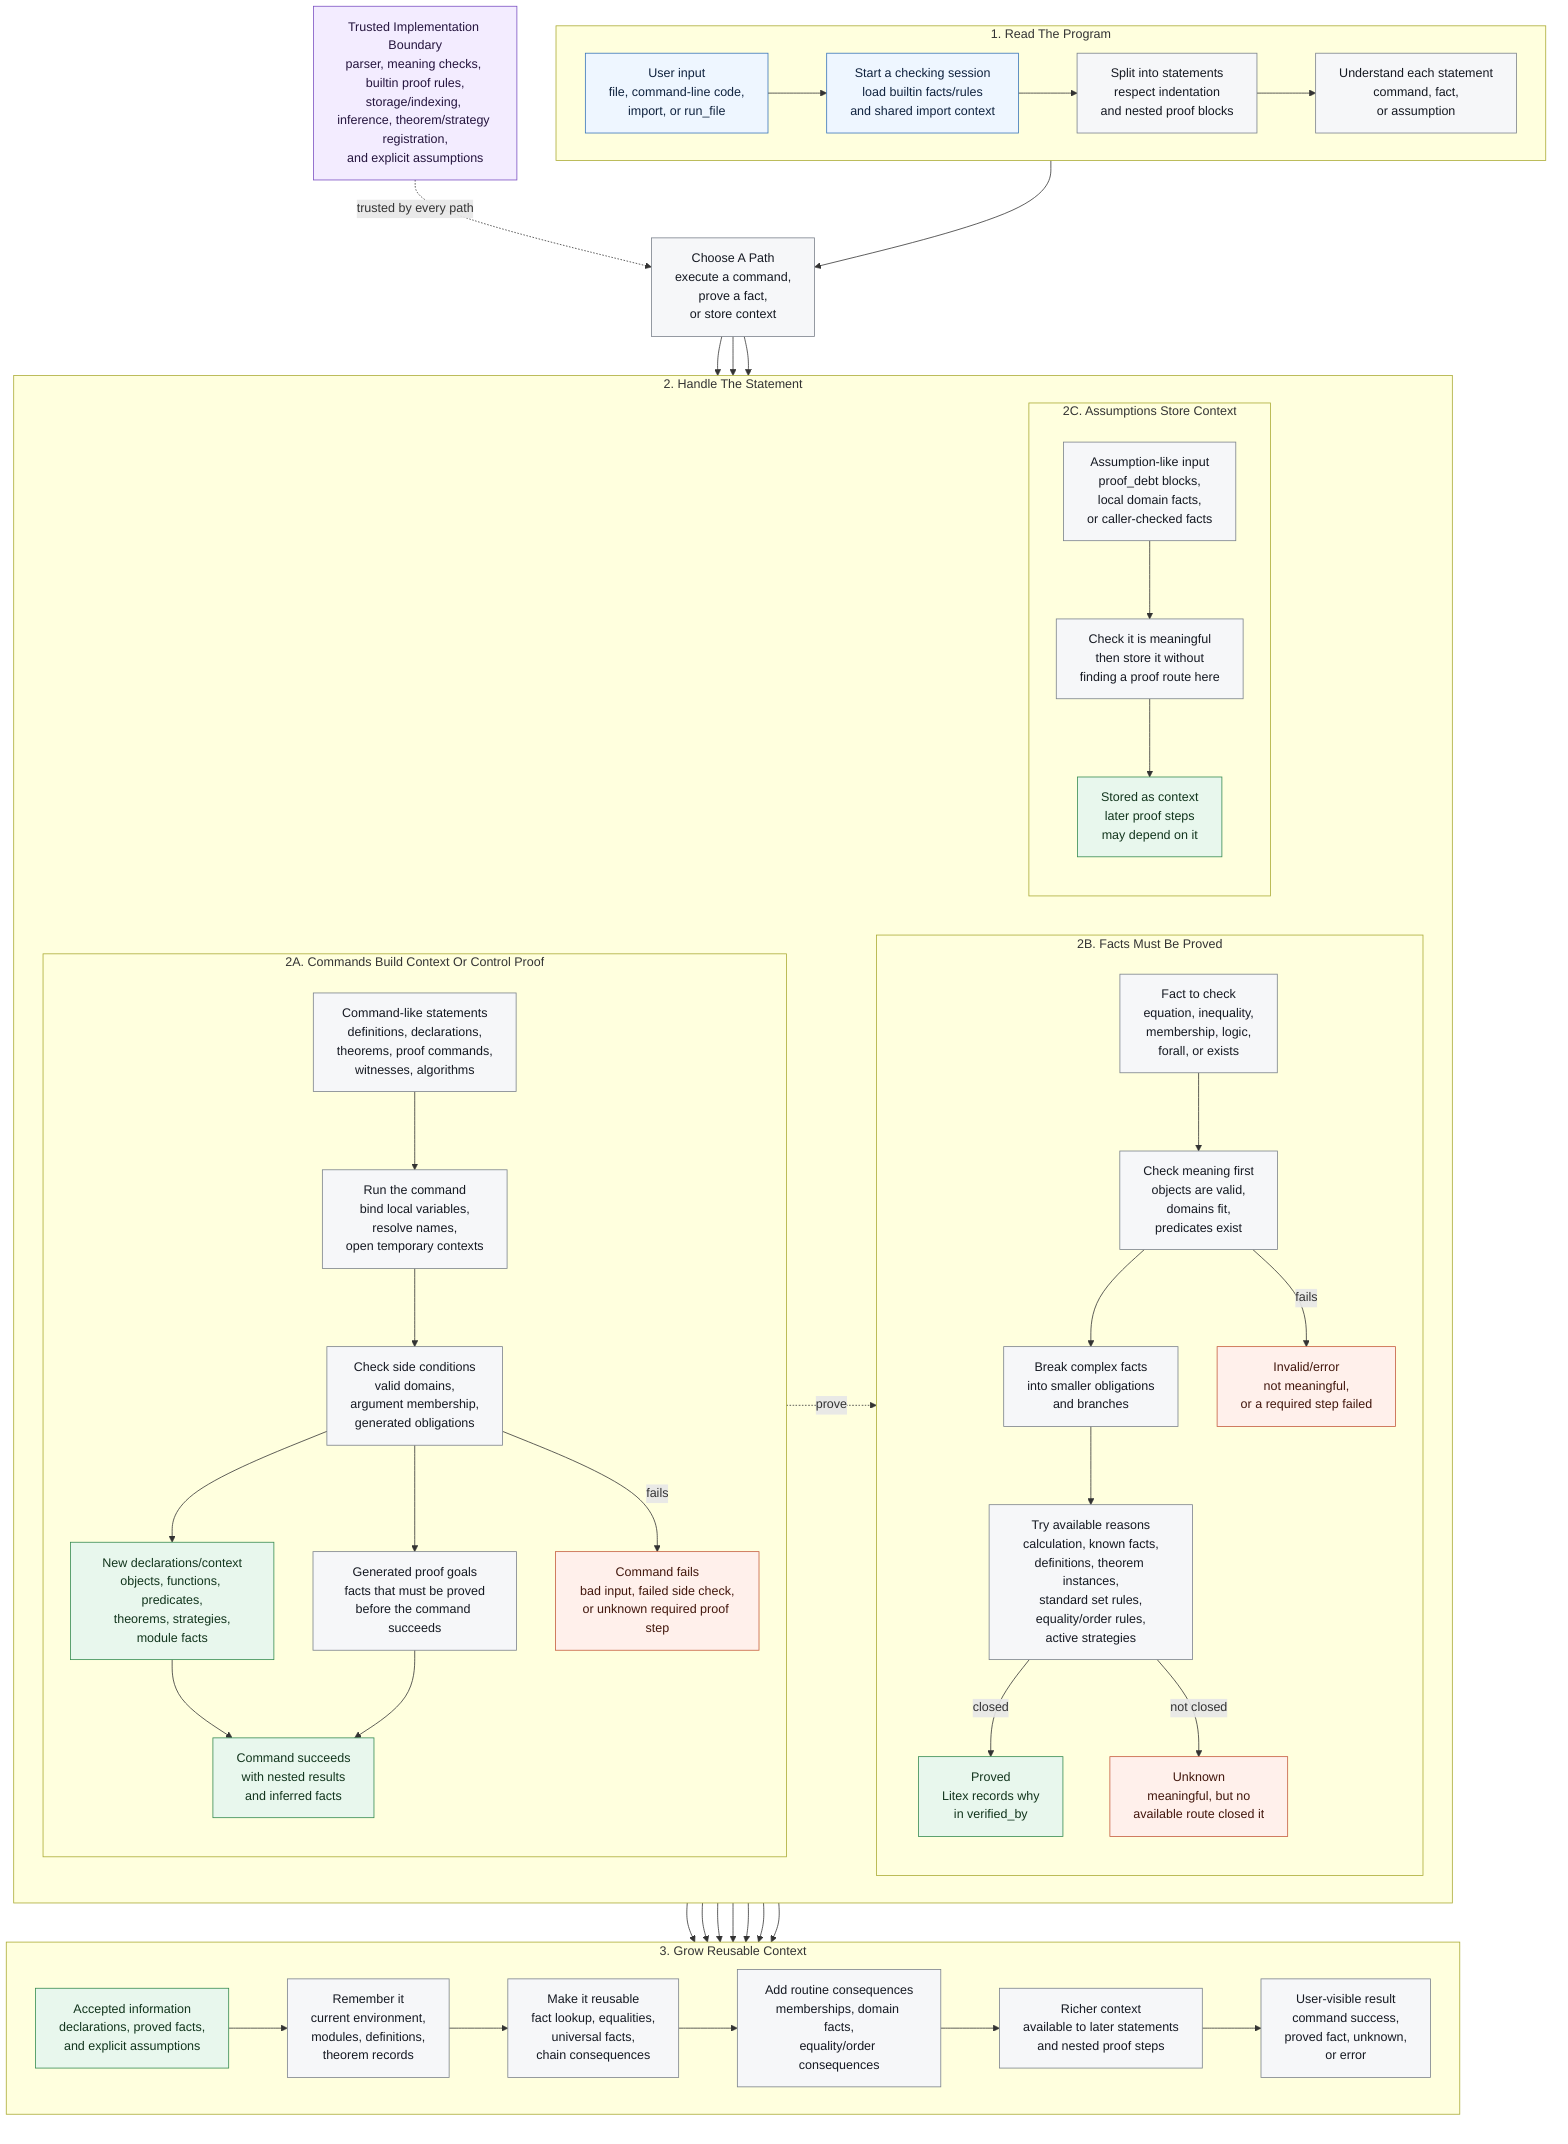
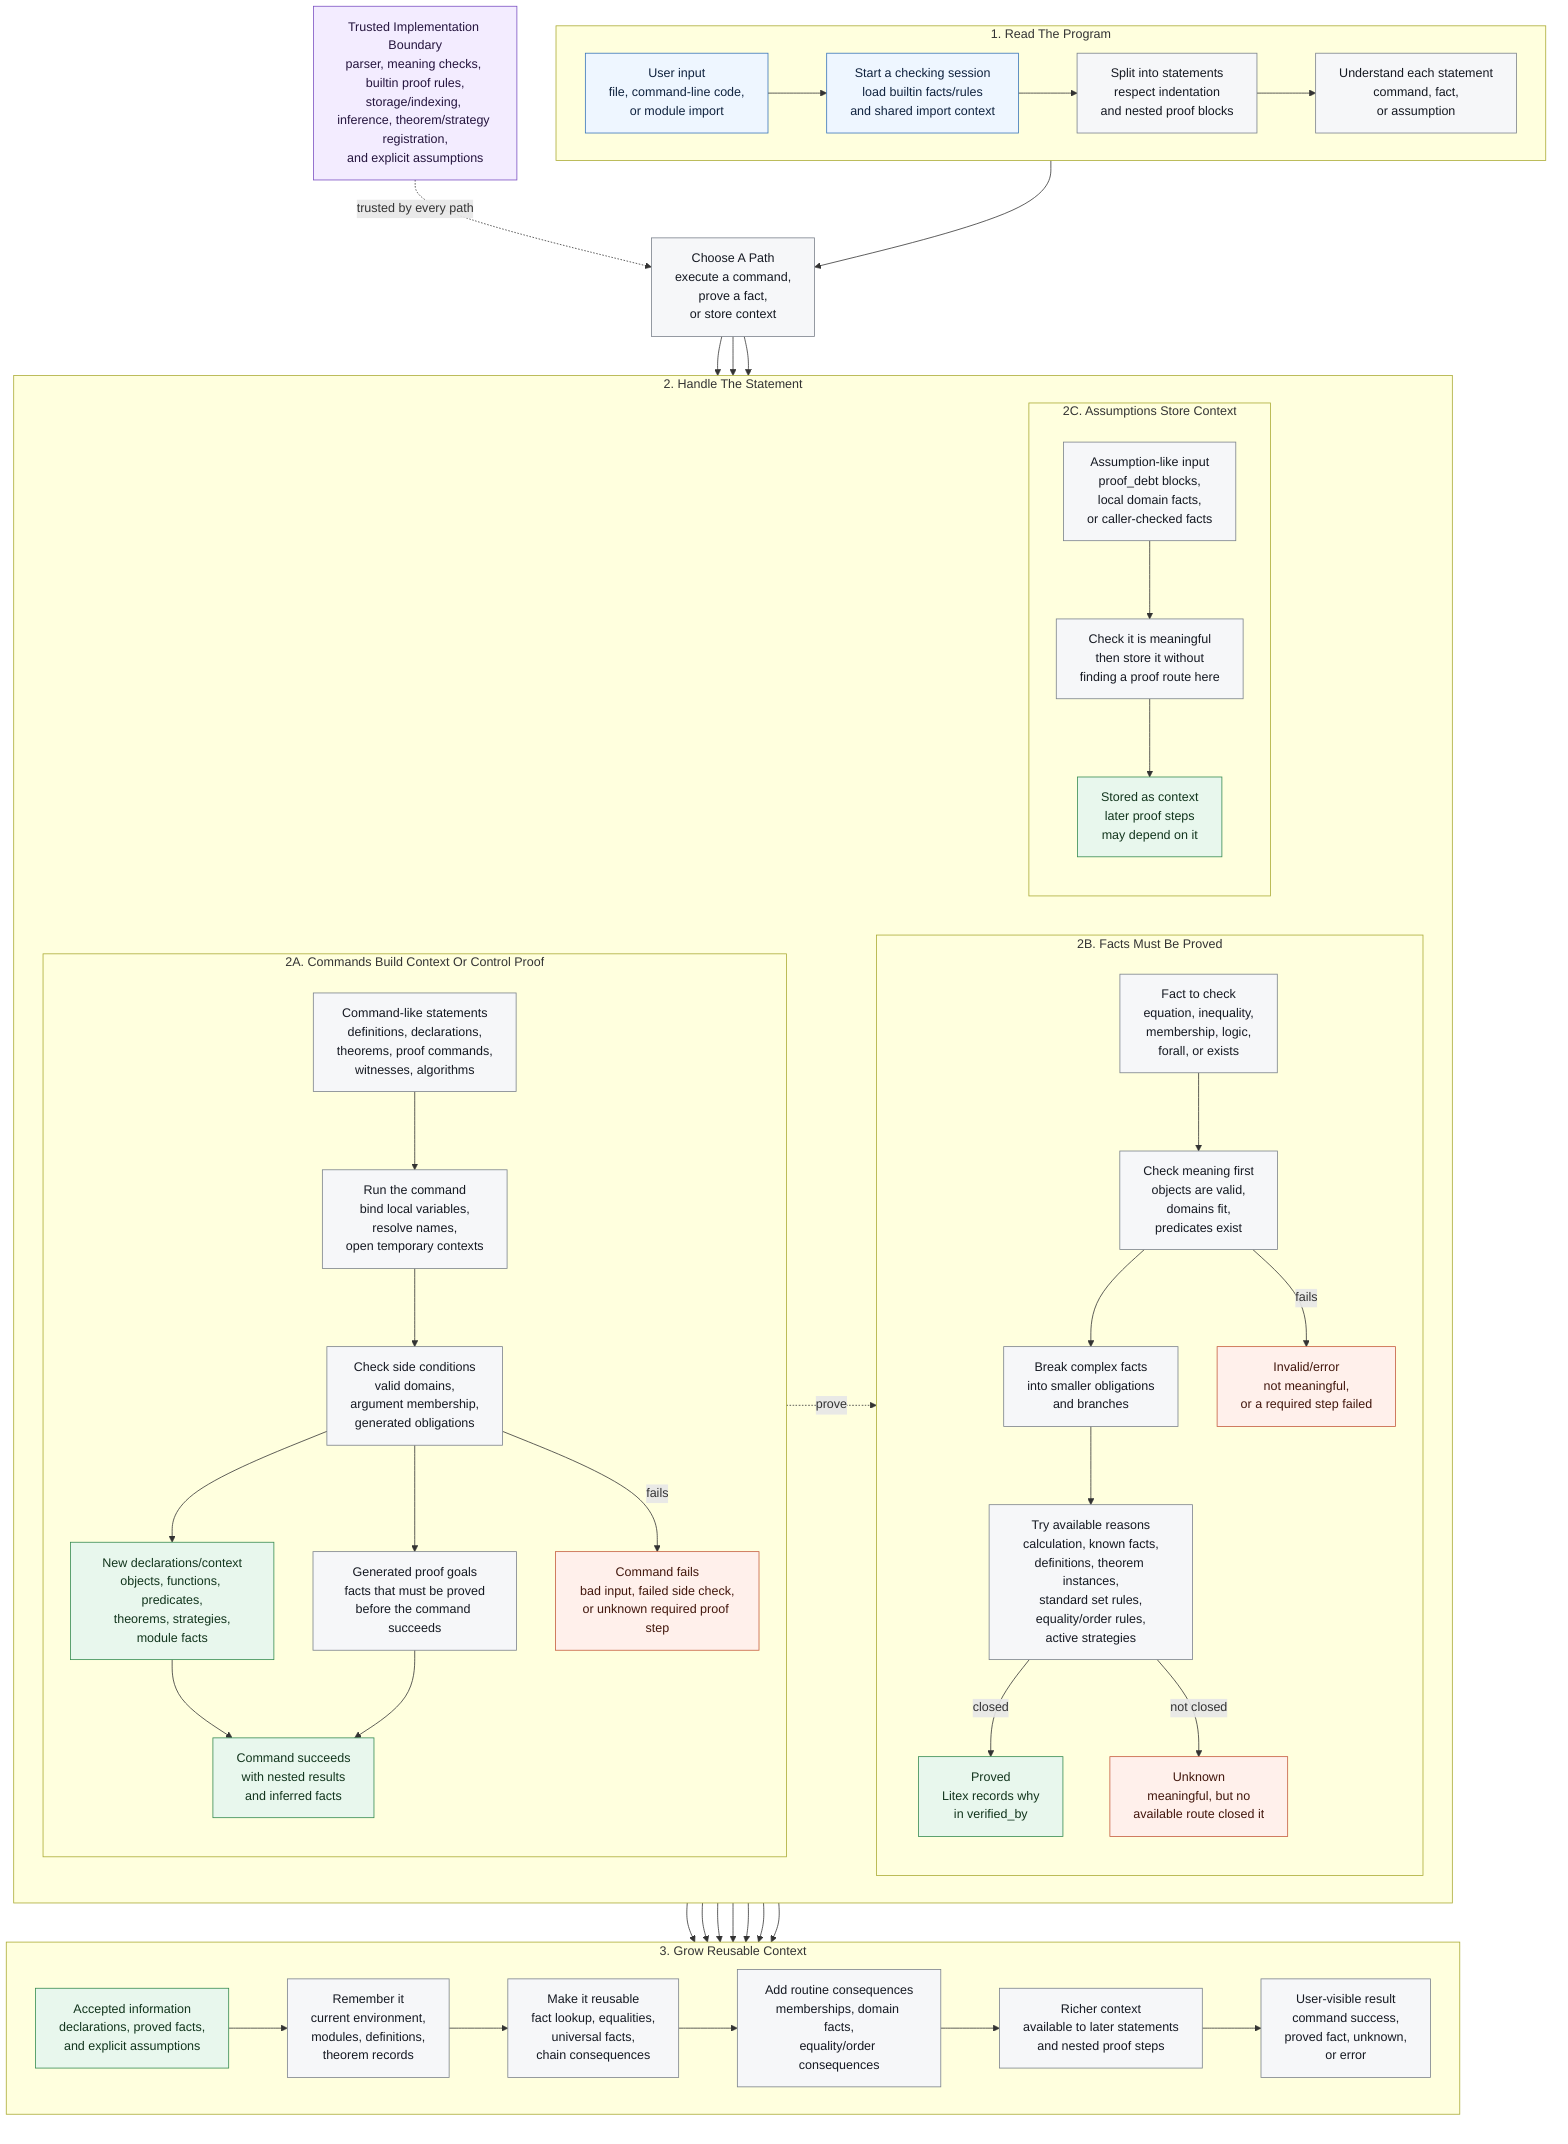
%% Litex whole-run flow.
%% Editable asset source for verifier-flow experiments.
%% Keep labels reader-facing: describe each stage, not Rust function names.
%% The README PNG can be manually laid out from this structure for readability.
flowchart TB
    subgraph source["1. Read The Program"]
        direction LR
-         input["User input<br/>file, command-line code,<br/>import, or run_file"]
+         input["User input<br/>file, command-line code,<br/>or module import"]
        session["Start a checking session<br/>load builtin facts/rules<br/>and shared import context"]
        blocks["Split into statements<br/>respect indentation<br/>and nested proof blocks"]
        understand["Understand each statement<br/>command, fact,<br/>or assumption"]

        input --> session --> blocks --> understand
    end

    dispatch["Choose A Path<br/>execute a command,<br/>prove a fact,<br/>or store context"]

    subgraph paths["2. Handle The Statement"]
        direction LR

        subgraph command_path["2A. Commands Build Context Or Control Proof"]
            direction TB
            command_kinds["Command-like statements<br/>definitions, declarations,<br/>theorems, proof commands,<br/>witnesses, algorithms"]
            command_work["Run the command<br/>bind local variables,<br/>resolve names,<br/>open temporary contexts"]
            side_checks["Check side conditions<br/>valid domains,<br/>argument membership,<br/>generated obligations"]
            new_decls["New declarations/context<br/>objects, functions, predicates,<br/>theorems, strategies,<br/>module facts"]
            command_goals["Generated proof goals<br/>facts that must be proved<br/>before the command succeeds"]
            command_done["Command succeeds<br/>with nested results<br/>and inferred facts"]
            command_bad["Command fails<br/>bad input, failed side check,<br/>or unknown required proof step"]

            command_kinds --> command_work --> side_checks
            side_checks --> new_decls --> command_done
            side_checks --> command_goals --> command_done
            side_checks -->|"fails"| command_bad
        end

        subgraph fact_path["2B. Facts Must Be Proved"]
            direction TB
            fact_input["Fact to check<br/>equation, inequality,<br/>membership, logic,<br/>forall, or exists"]
            meaningful["Check meaning first<br/>objects are valid,<br/>domains fit,<br/>predicates exist"]
            split_fact["Break complex facts<br/>into smaller obligations<br/>and branches"]
            search["Try available reasons<br/>calculation, known facts,<br/>definitions, theorem instances,<br/>standard set rules,<br/>equality/order rules,<br/>active strategies"]
            proved["Proved<br/>Litex records why<br/>in verified_by"]
            unknown["Unknown<br/>meaningful, but no<br/>available route closed it"]
            invalid["Invalid/error<br/>not meaningful,<br/>or a required step failed"]

            fact_input --> meaningful --> split_fact --> search
            search -->|"closed"| proved
            search -->|"not closed"| unknown
            meaningful -->|"fails"| invalid
        end

        subgraph assume_path["2C. Assumptions Store Context"]
            direction TB
            assume_input["Assumption-like input<br/>proof_debt blocks,<br/>local domain facts,<br/>or caller-checked facts"]
            assume_check["Check it is meaningful<br/>then store it without<br/>finding a proof route here"]
            assumed["Stored as context<br/>later proof steps<br/>may depend on it"]

            assume_input --> assume_check --> assumed
        end
    end

    subgraph context["3. Grow Reusable Context"]
        direction LR
        accepted["Accepted information<br/>declarations, proved facts,<br/>and explicit assumptions"]
        remember["Remember it<br/>current environment,<br/>modules, definitions,<br/>theorem records"]
        index["Make it reusable<br/>fact lookup, equalities,<br/>universal facts,<br/>chain consequences"]
        infer["Add routine consequences<br/>memberships, domain facts,<br/>equality/order consequences"]
        reuse["Richer context<br/>available to later statements<br/>and nested proof steps"]
        output["User-visible result<br/>command success,<br/>proved fact, unknown,<br/>or error"]

        accepted --> remember --> index --> infer --> reuse --> output
    end

    boundary["Trusted Implementation Boundary<br/>parser, meaning checks, builtin proof rules,<br/>storage/indexing, inference, theorem/strategy registration,<br/>and explicit assumptions"]

    understand --> dispatch
    dispatch --> command_kinds
    dispatch --> fact_input
    dispatch --> assume_input

    command_goals -. "prove" .-> fact_input
    new_decls --> accepted
    command_done --> output
    command_bad --> output
    proved --> accepted
    assumed --> accepted
    unknown --> output
    invalid --> output
    boundary -. "trusted by every path" .-> dispatch

    classDef input fill:#eef6ff,stroke:#3673b8,color:#10233f;
    classDef process fill:#f6f7f9,stroke:#79808a,color:#151922;
    classDef success fill:#e8f7ed,stroke:#348a50,color:#12351d;
    classDef warn fill:#fff0eb,stroke:#c45b3c,color:#42170d;
    classDef trusted fill:#f3ecff,stroke:#7a4fc2,color:#25153e;

    class input,session input;
    class blocks,understand,dispatch,command_kinds,command_work,side_checks,command_goals,fact_input,meaningful,split_fact,search,assume_input,assume_check,remember,index,infer,reuse,output process;
    class new_decls,command_done,proved,assumed,accepted success;
    class unknown,invalid,command_bad warn;
    class boundary trusted;
